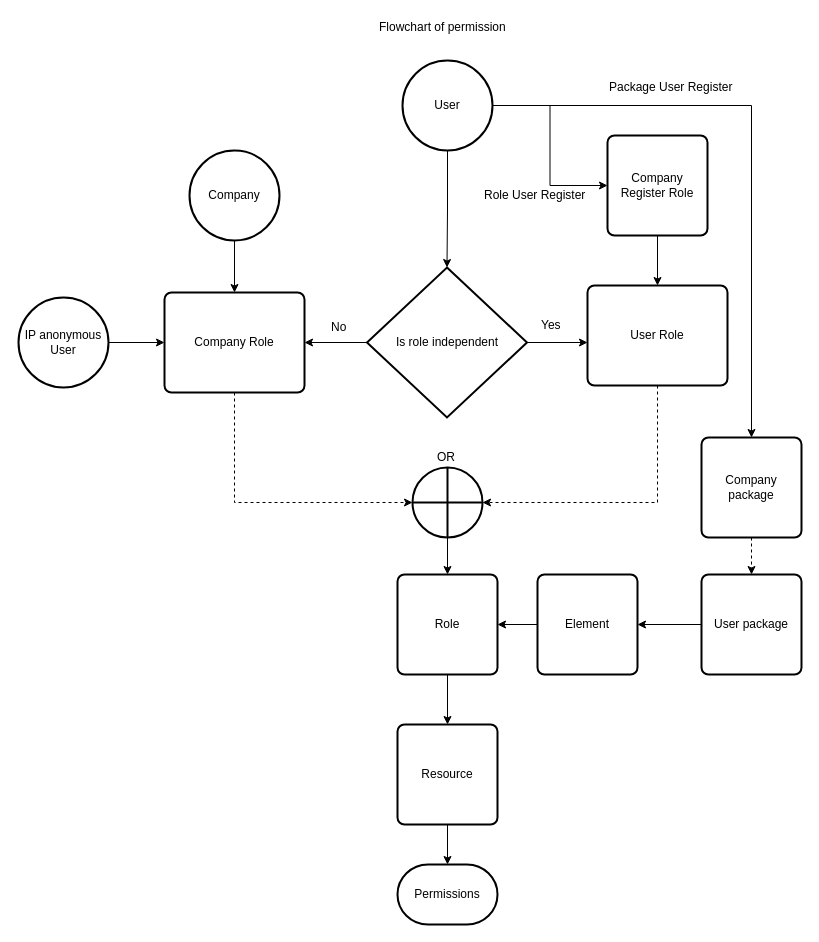
This is flowchart_permission.drawio from sunday-out/draw_io, a draw.io file, before an edit. Source tidied: cells renumbered, new cells numbered last; positions are measured from the earlier drawing's top-left corner, leaving out a move shared by most shapes. Both pictures are drawn from the tidied source at 100%, with x=0, y=0 at pixel (18, 17).
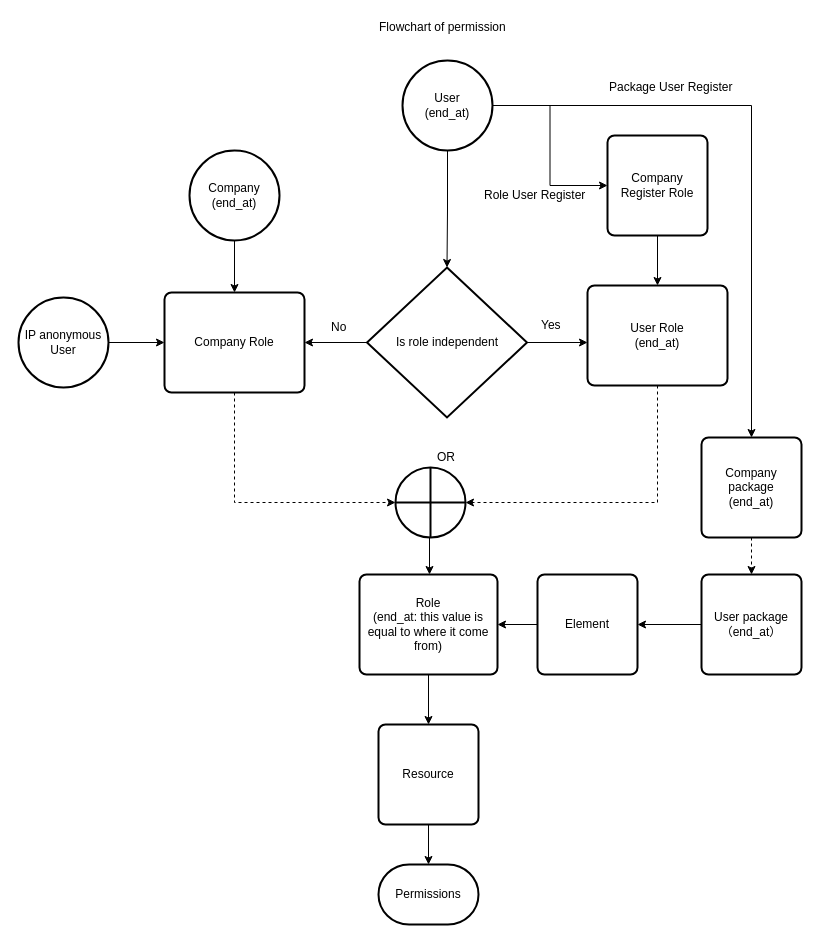
The same page after the edit.

Diff of the diagram source:
```diff
@@
-    <mxCell id="5" value="User" style="strokeWidth=2;html=1;shape=mxgraph.flowchart.start_2;whiteSpace=wrap;" parent="1" vertex="1">
+    <mxCell id="5" value="User&lt;br&gt;(end_at)" style="strokeWidth=2;html=1;shape=mxgraph.flowchart.start_2;whiteSpace=wrap;" parent="1" vertex="1">
       <mxGeometry x="384" y="43" width="90" height="90" as="geometry" />
     </mxCell>
     <mxCell id="6" value="Permissions" style="strokeWidth=2;html=1;shape=mxgraph.flowchart.terminator;whiteSpace=wrap;" parent="1" vertex="1">
-      <mxGeometry x="379" y="847" width="100" height="60" as="geometry" />
+      <mxGeometry x="360" y="847" width="100" height="60" as="geometry" />
     </mxCell>
@@
-    <mxCell id="11" value="Company" style="strokeWidth=2;html=1;shape=mxgraph.flowchart.start_2;whiteSpace=wrap;" parent="1" vertex="1">
+    <mxCell id="11" value="Company&lt;br&gt;(end_at)" style="strokeWidth=2;html=1;shape=mxgraph.flowchart.start_2;whiteSpace=wrap;" parent="1" vertex="1">
       <mxGeometry x="171" y="133" width="90" height="90" as="geometry" />
     </mxCell>
@@
-    <mxCell id="15" value="User Role" style="rounded=1;whiteSpace=wrap;html=1;absoluteArcSize=1;arcSize=14;strokeWidth=2;" parent="1" vertex="1">
+    <mxCell id="15" value="User Role&lt;br&gt;(end_at)" style="rounded=1;whiteSpace=wrap;html=1;absoluteArcSize=1;arcSize=14;strokeWidth=2;" parent="1" vertex="1">
       <mxGeometry x="569" y="268" width="140" height="100" as="geometry" />
     </mxCell>
@@
-    <mxCell id="19" value="User package" style="rounded=1;whiteSpace=wrap;html=1;absoluteArcSize=1;arcSize=14;strokeWidth=2;" parent="1" vertex="1">
+    <mxCell id="19" value="User package&lt;br&gt;（end_at）" style="rounded=1;whiteSpace=wrap;html=1;absoluteArcSize=1;arcSize=14;strokeWidth=2;" parent="1" vertex="1">
       <mxGeometry x="683" y="557" width="100" height="100" as="geometry" />
     </mxCell>
@@
-    <mxCell id="21" value="Role" style="rounded=1;whiteSpace=wrap;html=1;absoluteArcSize=1;arcSize=14;strokeWidth=2;" parent="1" vertex="1">
-      <mxGeometry x="379" y="557" width="100" height="100" as="geometry" />
+    <mxCell id="21" value="Role&lt;br&gt;(end_at: this value is equal to where it come from)" style="rounded=1;whiteSpace=wrap;html=1;absoluteArcSize=1;arcSize=14;strokeWidth=2;" parent="1" vertex="1">
+      <mxGeometry x="341" y="557" width="138" height="100" as="geometry" />
     </mxCell>
@@
     <mxCell id="23" value="Resource" style="rounded=1;whiteSpace=wrap;html=1;absoluteArcSize=1;arcSize=14;strokeWidth=2;" parent="1" vertex="1">
-      <mxGeometry x="379" y="707" width="100" height="100" as="geometry" />
+      <mxGeometry x="360" y="707" width="100" height="100" as="geometry" />
     </mxCell>
@@
-    <mxCell id="26" style="edgeStyle=orthogonalEdgeStyle;rounded=0;jettySize=auto;html=1;exitX=0.5;exitY=1;exitDx=0;exitDy=0;exitPerimeter=0;entryX=0.5;entryY=0;entryDx=0;entryDy=0;" parent="1" edge="1" source="27" target="21">
-      <mxGeometry relative="1" as="geometry" />
+    <mxCell id="26" style="edgeStyle=orthogonalEdgeStyle;rounded=0;orthogonalLoop=1;jettySize=auto;html=1;exitX=0.5;exitY=1;exitDx=0;exitDy=0;exitPerimeter=0;entryX=0.5;entryY=0;entryDx=0;entryDy=0;" parent="1" edge="1">
+      <mxGeometry relative="1" as="geometry">
+        <mxPoint x="413" y="520" as="sourcePoint" />
+        <mxPoint x="411" y="557" as="targetPoint" />
+      </mxGeometry>
     </mxCell>
     <mxCell id="27" style="verticalLabelPosition=bottom;verticalAlign=top;html=1;strokeWidth=2;shape=mxgraph.flowchart.summing_function;" parent="1" vertex="1">
-      <mxGeometry x="394" y="450" width="70" height="70" as="geometry" />
+      <mxGeometry x="377" y="450" width="70" height="70" as="geometry" />
     </mxCell>
@@
-    <mxCell id="30" value="Company package" style="rounded=1;whiteSpace=wrap;html=1;absoluteArcSize=1;arcSize=14;strokeWidth=2;" parent="1" vertex="1">
+    <mxCell id="30" value="Company package&lt;br&gt;(end_at)" style="rounded=1;whiteSpace=wrap;html=1;absoluteArcSize=1;arcSize=14;strokeWidth=2;" parent="1" vertex="1">
       <mxGeometry x="683" y="420" width="100" height="100" as="geometry" />
     </mxCell>
@@
-    <mxCell id="33" value="IP anonymous User" style="strokeWidth=2;html=1;shape=mxgraph.flowchart.start_2;whiteSpace=wrap;" parent="1" vertex="1">
+    <mxCell id="33" value="IP anonymous User&lt;br&gt;" style="strokeWidth=2;html=1;shape=mxgraph.flowchart.start_2;whiteSpace=wrap;" parent="1" vertex="1">
       <mxGeometry y="280" width="90" height="90" as="geometry" />
     </mxCell>
```
